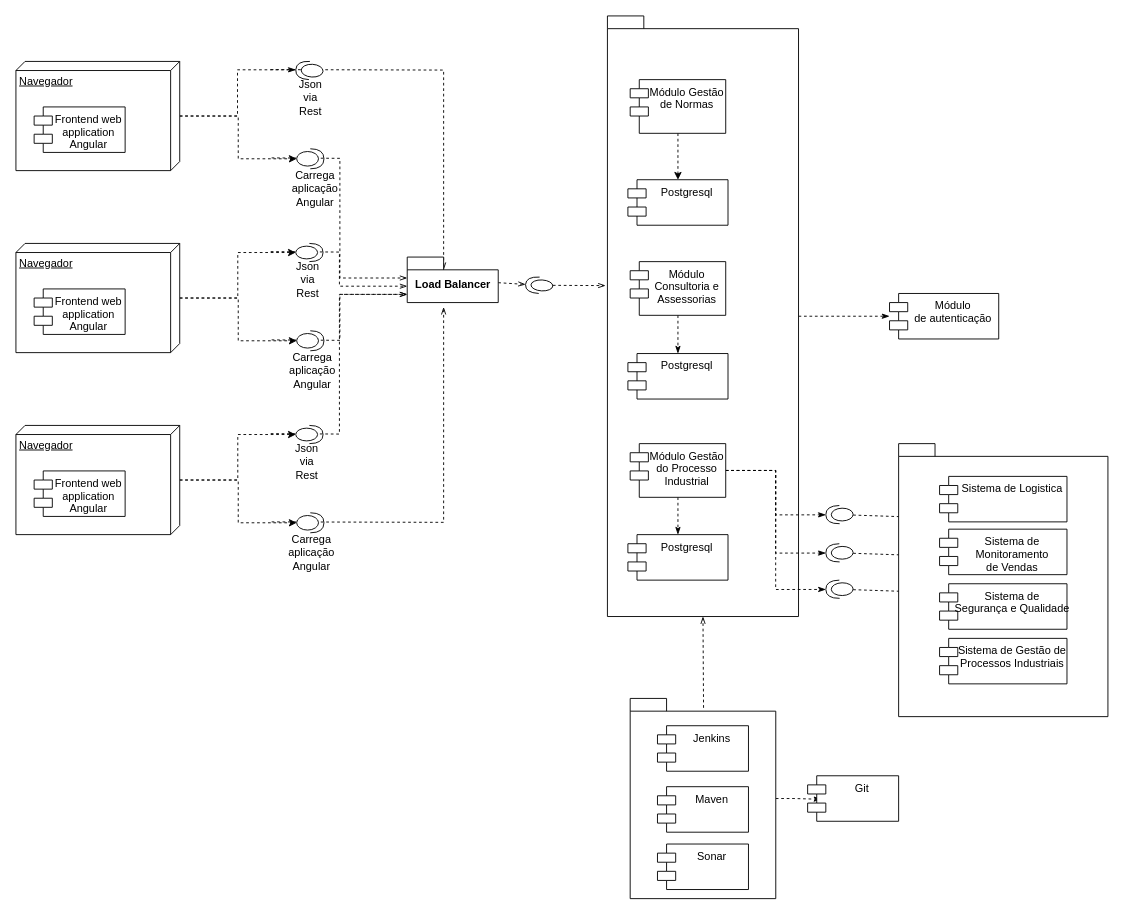
thallysfreed/arquitetura keeps this draw.io diagram as Diagrama de Componentes.drawio. Above is the earlier version. Source tidied: cells renumbered, new cells numbered last; positions are measured from the earlier drawing's top-left corner, leaving out a move shared by most shapes. Both pictures are drawn from the tidied source at 91%, with x=0, y=0 at pixel (15, 15).
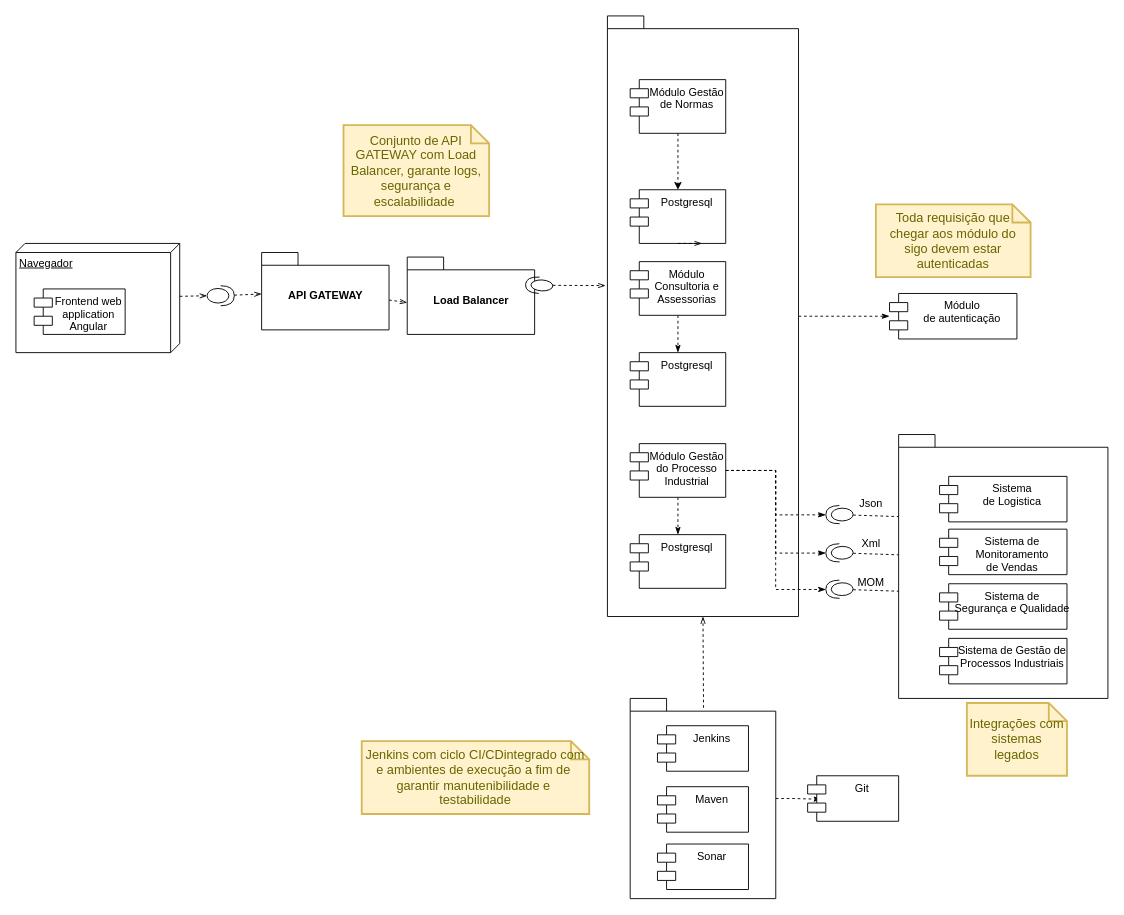
The same page after the edit.

Unchanged cells that the change refers to:
```xml
<mxCell id="15" value="Navegador" style="verticalAlign=top;align=left;spacingTop=8;spacingLeft=2;spacingRight=12;shape=cube;size=10;direction=south;fontStyle=4;html=1;" parent="1" vertex="1">
  <mxGeometry y="250" width="180" height="120" as="geometry" />
</mxCell>
<mxCell id="52" style="shape=providedRequiredInterface;html=1;verticalLabelPosition=bottom;rotation=-1;direction=west;" parent="1" vertex="1">
  <mxGeometry x="890" y="620" width="30" height="20" as="geometry" />
</mxCell>
```

Change to the diagram source:
```diff
@@
-    <mxCell id="2" style="edgeStyle=orthogonalEdgeStyle;rounded=0;jettySize=auto;html=1;dashed=1;startArrow=none;startFill=0;endArrow=openThin;endFill=0;entryX=0;entryY=0;entryDx=40;entryDy=14;entryPerimeter=0;" parent="1" edge="1" target="68">
-      <mxGeometry relative="1" as="geometry">
-        <mxPoint x="280" y="59" as="sourcePoint" />
-      </mxGeometry>
-    </mxCell>
-    <mxCell id="3" style="shape=providedRequiredInterface;html=1;verticalLabelPosition=bottom;rotation=3;direction=west;" parent="1" vertex="1">
-      <mxGeometry x="307.5" y="50" width="30" height="20" as="geometry" />
-    </mxCell>
-    <mxCell id="4" style="edgeStyle=orthogonalEdgeStyle;rounded=0;jettySize=auto;html=1;entryX=0;entryY=0.5;entryDx=0;entryDy=0;entryPerimeter=0;dashed=1;" parent="1" edge="1" source="6" target="9">
-      <mxGeometry relative="1" as="geometry" />
-    </mxCell>
-    <mxCell id="5" style="edgeStyle=orthogonalEdgeStyle;rounded=0;jettySize=auto;html=1;entryX=1;entryY=0.5;entryDx=0;entryDy=0;entryPerimeter=0;dashed=1;startArrow=none;startFill=0;endArrow=classicThin;endFill=1;" parent="1" edge="1" source="6" target="3">
-      <mxGeometry relative="1" as="geometry" />
-    </mxCell>
-    <mxCell id="6" value="Navegador" style="verticalAlign=top;align=left;spacingTop=8;spacingLeft=2;spacingRight=12;shape=cube;size=10;direction=south;fontStyle=4;html=1;" parent="1" vertex="1">
-      <mxGeometry y="50" width="180" height="120" as="geometry" />
-    </mxCell>
-    <mxCell id="7" value="Frontend web&#10;application&#10;Angular" style="shape=module;align=left;spacingLeft=20;align=center;verticalAlign=top;" parent="1" vertex="1">
-      <mxGeometry x="20" y="100" width="100" height="50" as="geometry" />
-    </mxCell>
-    <mxCell id="8" style="edgeStyle=orthogonalEdgeStyle;rounded=0;jettySize=auto;html=1;entryX=0;entryY=0;entryDx=0;entryDy=23;entryPerimeter=0;dashed=1;startArrow=none;startFill=0;endArrow=openThin;endFill=0;" parent="1" edge="1" target="68">
-      <mxGeometry relative="1" as="geometry">
-        <mxPoint x="281" y="156" as="sourcePoint" />
-      </mxGeometry>
-    </mxCell>
-    <mxCell id="9" style="shape=providedRequiredInterface;html=1;verticalLabelPosition=bottom;rotation=-180;direction=west;" parent="1" vertex="1">
-      <mxGeometry x="308.5" y="146" width="30" height="22" as="geometry" />
-    </mxCell>
@@
-    <mxCell id="11" style="edgeStyle=orthogonalEdgeStyle;rounded=0;jettySize=auto;html=1;entryX=0;entryY=0;entryDx=0;entryDy=32;entryPerimeter=0;dashed=1;startArrow=none;startFill=0;endArrow=openThin;endFill=0;" parent="1" edge="1" target="68">
-      <mxGeometry relative="1" as="geometry">
-        <mxPoint x="280" y="259" as="sourcePoint" />
-      </mxGeometry>
-    </mxCell>
-    <mxCell id="12" style="shape=providedRequiredInterface;html=1;verticalLabelPosition=bottom;rotation=-180;direction=west;" parent="1" vertex="1">
-      <mxGeometry x="307.5" y="250" width="30" height="20" as="geometry" />
-    </mxCell>
-    <mxCell id="13" style="edgeStyle=orthogonalEdgeStyle;rounded=0;jettySize=auto;html=1;entryX=0;entryY=0.5;entryDx=0;entryDy=0;entryPerimeter=0;dashed=1;" parent="1" edge="1" source="15" target="12">
-      <mxGeometry relative="1" as="geometry" />
-    </mxCell>
-    <mxCell id="14" style="edgeStyle=orthogonalEdgeStyle;rounded=0;jettySize=auto;html=1;entryX=0;entryY=0.5;entryDx=0;entryDy=0;entryPerimeter=0;dashed=1;" parent="1" edge="1" source="15" target="18">
-      <mxGeometry relative="1" as="geometry" />
-    </mxCell>
+    <mxCell id="71" style="edgeStyle=none;rounded=0;jettySize=auto;html=1;entryX=0;entryY=0.5;entryDx=0;entryDy=0;entryPerimeter=0;dashed=1;startArrow=none;startFill=0;endArrow=openThin;endFill=0;" parent="1" edge="1" source="15" target="82">
+      <mxGeometry relative="1" as="geometry" />
+    </mxCell>
@@
-    <mxCell id="17" style="edgeStyle=orthogonalEdgeStyle;rounded=0;jettySize=auto;html=1;exitX=1;exitY=0.5;exitDx=0;exitDy=0;exitPerimeter=0;dashed=1;startArrow=none;startFill=0;endArrow=openThin;endFill=0;entryX=0;entryY=0;entryDx=0;entryDy=41;entryPerimeter=0;" parent="1" edge="1" target="68">
-      <mxGeometry relative="1" as="geometry">
-        <mxPoint x="281" y="356" as="sourcePoint" />
-      </mxGeometry>
-    </mxCell>
-    <mxCell id="18" style="shape=providedRequiredInterface;html=1;verticalLabelPosition=bottom;rotation=-180;direction=west;" parent="1" vertex="1">
-      <mxGeometry x="308.5" y="346" width="30" height="22" as="geometry" />
-    </mxCell>
@@
-    <mxCell id="20" style="edgeStyle=orthogonalEdgeStyle;rounded=0;jettySize=auto;html=1;entryX=0;entryY=0;entryDx=0;entryDy=41;entryPerimeter=0;dashed=1;startArrow=none;startFill=0;endArrow=openThin;endFill=0;" parent="1" edge="1" target="68">
-      <mxGeometry relative="1" as="geometry">
-        <mxPoint x="280" y="459" as="sourcePoint" />
-      </mxGeometry>
-    </mxCell>
-    <mxCell id="21" style="shape=providedRequiredInterface;html=1;verticalLabelPosition=bottom;rotation=-180;direction=west;" parent="1" vertex="1">
-      <mxGeometry x="307.5" y="450" width="30" height="20" as="geometry" />
-    </mxCell>
-    <mxCell id="22" style="edgeStyle=orthogonalEdgeStyle;rounded=0;jettySize=auto;html=1;entryX=0;entryY=0.5;entryDx=0;entryDy=0;entryPerimeter=0;dashed=1;" parent="1" edge="1" source="24" target="21">
-      <mxGeometry relative="1" as="geometry" />
-    </mxCell>
-    <mxCell id="23" style="edgeStyle=orthogonalEdgeStyle;rounded=0;jettySize=auto;html=1;entryX=0;entryY=0.5;entryDx=0;entryDy=0;entryPerimeter=0;dashed=1;" parent="1" edge="1" source="24" target="27">
-      <mxGeometry relative="1" as="geometry" />
-    </mxCell>
-    <mxCell id="24" value="Navegador" style="verticalAlign=top;align=left;spacingTop=8;spacingLeft=2;spacingRight=12;shape=cube;size=10;direction=south;fontStyle=4;html=1;" parent="1" vertex="1">
-      <mxGeometry y="450" width="180" height="120" as="geometry" />
-    </mxCell>
-    <mxCell id="25" value="Frontend web&#10;application&#10;Angular" style="shape=module;align=left;spacingLeft=20;align=center;verticalAlign=top;" parent="1" vertex="1">
-      <mxGeometry x="20" y="500" width="100" height="50" as="geometry" />
-    </mxCell>
-    <mxCell id="26" style="edgeStyle=orthogonalEdgeStyle;rounded=0;jettySize=auto;html=1;entryX=0.4;entryY=1.1;entryDx=0;entryDy=0;entryPerimeter=0;dashed=1;startArrow=none;startFill=0;endArrow=openThin;endFill=0;" parent="1" edge="1" target="68">
-      <mxGeometry relative="1" as="geometry">
-        <mxPoint x="281" y="556" as="sourcePoint" />
-      </mxGeometry>
-    </mxCell>
-    <mxCell id="27" style="shape=providedRequiredInterface;html=1;verticalLabelPosition=bottom;rotation=-180;direction=west;" parent="1" vertex="1">
-      <mxGeometry x="308.5" y="546" width="30" height="22" as="geometry" />
-    </mxCell>
-    <mxCell id="28" value="Json via Rest" style="text;html=1;strokeColor=none;fillColor=none;align=center;verticalAlign=middle;whiteSpace=wrap;rounded=0;" parent="1" vertex="1">
-      <mxGeometry x="303.5" y="80" width="40" height="20" as="geometry" />
-    </mxCell>
-    <mxCell id="29" value="Carrega aplicação Angular" style="text;html=1;strokeColor=none;fillColor=none;align=center;verticalAlign=middle;whiteSpace=wrap;rounded=0;" parent="1" vertex="1">
-      <mxGeometry x="308.5" y="180" width="40" height="20" as="geometry" />
-    </mxCell>
-    <mxCell id="30" value="Json via Rest" style="text;html=1;strokeColor=none;fillColor=none;align=center;verticalAlign=middle;whiteSpace=wrap;rounded=0;" parent="1" vertex="1">
-      <mxGeometry x="301" y="280" width="40" height="20" as="geometry" />
-    </mxCell>
-    <mxCell id="31" value="Carrega aplicação Angular" style="text;html=1;strokeColor=none;fillColor=none;align=center;verticalAlign=middle;whiteSpace=wrap;rounded=0;" parent="1" vertex="1">
-      <mxGeometry x="306" y="380" width="40" height="20" as="geometry" />
-    </mxCell>
-    <mxCell id="32" value="Json via Rest" style="text;html=1;strokeColor=none;fillColor=none;align=center;verticalAlign=middle;whiteSpace=wrap;rounded=0;" parent="1" vertex="1">
-      <mxGeometry x="300" y="480" width="40" height="20" as="geometry" />
-    </mxCell>
-    <mxCell id="33" value="Carrega aplicação Angular" style="text;html=1;strokeColor=none;fillColor=none;align=center;verticalAlign=middle;whiteSpace=wrap;rounded=0;" parent="1" vertex="1">
-      <mxGeometry x="305" y="580" width="40" height="20" as="geometry" />
-    </mxCell>
     <mxCell id="34" value="Módulo &#10;de autenticação" style="shape=module;align=left;spacingLeft=20;align=center;verticalAlign=top;" parent="1" vertex="1">
-      <mxGeometry x="960" y="305" width="120" height="50" as="geometry" />
+      <mxGeometry x="960" y="305" width="140" height="50" as="geometry" />
     </mxCell>
@@
     <mxCell id="42" style="shape=folder;fontStyle=1;spacingTop=10;tabWidth=40;tabHeight=14;tabPosition=left;html=1;" parent="1" vertex="1">
-      <mxGeometry x="970" y="470" width="230" height="300" as="geometry" />
+      <mxGeometry x="970" y="460" width="230" height="290" as="geometry" />
     </mxCell>
-    <mxCell id="43" value="Sistema de Logistica" style="shape=module;align=left;spacingLeft=20;align=center;verticalAlign=top;" parent="1" vertex="1">
+    <mxCell id="43" value="Sistema &#10;de Logistica" style="shape=module;align=left;spacingLeft=20;align=center;verticalAlign=top;" parent="1" vertex="1">
       <mxGeometry x="1015" y="506" width="140" height="50" as="geometry" />
     </mxCell>
@@
     <mxCell id="64" value="Postgresql" style="shape=module;align=left;spacingLeft=20;align=center;verticalAlign=top;" parent="1" vertex="1">
-      <mxGeometry x="672.5" y="180" width="110" height="50" as="geometry" />
+      <mxGeometry x="675" y="191" width="105" height="59" as="geometry" />
     </mxCell>
     <mxCell id="65" value="Postgresql" style="shape=module;align=left;spacingLeft=20;align=center;verticalAlign=top;" parent="1" vertex="1">
-      <mxGeometry x="672.5" y="371" width="110" height="50" as="geometry" />
+      <mxGeometry x="675" y="370" width="105" height="59" as="geometry" />
     </mxCell>
     <mxCell id="66" value="Postgresql" style="shape=module;align=left;spacingLeft=20;align=center;verticalAlign=top;" parent="1" vertex="1">
-      <mxGeometry x="672.5" y="570" width="110" height="50" as="geometry" />
+      <mxGeometry x="675" y="570" width="105" height="59" as="geometry" />
     </mxCell>
@@
     <mxCell id="68" value="Load Balancer" style="shape=folder;fontStyle=1;spacingTop=10;tabWidth=40;tabHeight=14;tabPosition=left;html=1;" parent="1" vertex="1">
-      <mxGeometry x="430" y="265" width="100" height="50" as="geometry" />
+      <mxGeometry x="430" y="265" width="140" height="85" as="geometry" />
     </mxCell>
@@
+    <mxCell id="72" value="Json" style="text;html=1;strokeColor=none;fillColor=none;align=center;verticalAlign=middle;whiteSpace=wrap;rounded=0;" parent="1" vertex="1">
+      <mxGeometry x="920" y="526" width="40" height="20" as="geometry" />
+    </mxCell>
+    <mxCell id="73" value="Xml" style="text;html=1;strokeColor=none;fillColor=none;align=center;verticalAlign=middle;whiteSpace=wrap;rounded=0;" parent="1" vertex="1">
+      <mxGeometry x="920" y="570" width="40" height="20" as="geometry" />
+    </mxCell>
+    <mxCell id="74" style="edgeStyle=none;rounded=0;jettySize=auto;html=1;dashed=1;startArrow=none;startFill=0;endArrow=openThin;endFill=0;" parent="1" edge="1" source="75" target="52">
+      <mxGeometry relative="1" as="geometry" />
+    </mxCell>
+    <mxCell id="75" value="MOM" style="text;html=1;strokeColor=none;fillColor=none;align=center;verticalAlign=middle;whiteSpace=wrap;rounded=0;" parent="1" vertex="1">
+      <mxGeometry x="920" y="612" width="40" height="22" as="geometry" />
+    </mxCell>
+    <mxCell id="76" value="Toda requisição que chegar aos módulo do sigo devem estar autenticadas" style="shape=note;strokeWidth=2;fontSize=14;size=20;whiteSpace=wrap;html=1;fillColor=#fff2cc;strokeColor=#d6b656;fontColor=#666600;" parent="1" vertex="1">
+      <mxGeometry x="945" y="207" width="170" height="80" as="geometry" />
+    </mxCell>
+    <mxCell id="77" value="Conjunto de API GATEWAY com Load Balancer, garante logs, segurança e escalabilidade&amp;nbsp;" style="shape=note;strokeWidth=2;fontSize=14;size=20;whiteSpace=wrap;html=1;fillColor=#fff2cc;strokeColor=#d6b656;fontColor=#666600;" parent="1" vertex="1">
+      <mxGeometry x="360" y="120" width="160" height="100" as="geometry" />
+    </mxCell>
+    <mxCell id="78" value="Integrações com sistemas legados" style="shape=note;strokeWidth=2;fontSize=14;size=20;whiteSpace=wrap;html=1;fillColor=#fff2cc;strokeColor=#d6b656;fontColor=#666600;" parent="1" vertex="1">
+      <mxGeometry x="1045" y="755" width="110" height="80" as="geometry" />
+    </mxCell>
+    <mxCell id="79" style="edgeStyle=none;rounded=0;jettySize=auto;html=1;entryX=0;entryY=0;entryDx=0;entryDy=50;entryPerimeter=0;dashed=1;startArrow=none;startFill=0;endArrow=openThin;endFill=0;" parent="1" edge="1" source="80" target="68">
+      <mxGeometry relative="1" as="geometry" />
+    </mxCell>
+    <mxCell id="80" value="API GATEWAY" style="shape=folder;fontStyle=1;spacingTop=10;tabWidth=40;tabHeight=14;tabPosition=left;html=1;" parent="1" vertex="1">
+      <mxGeometry x="270" y="260" width="140" height="85" as="geometry" />
+    </mxCell>
+    <mxCell id="81" style="edgeStyle=none;rounded=0;jettySize=auto;html=1;dashed=1;startArrow=none;startFill=0;endArrow=openThin;endFill=0;" parent="1" edge="1" source="82" target="80">
+      <mxGeometry relative="1" as="geometry" />
+    </mxCell>
+    <mxCell id="82" style="shape=providedRequiredInterface;html=1;verticalLabelPosition=bottom;rotation=-180;direction=west;" parent="1" vertex="1">
+      <mxGeometry x="210" y="296.5" width="30" height="22" as="geometry" />
+    </mxCell>
+    <mxCell id="83" value="Jenkins com ciclo CI/CDintegrado com e ambientes de execução a fim de&amp;nbsp;&lt;br&gt;garantir manutenibilidade e&amp;nbsp;&lt;br&gt;testabilidade" style="shape=note;strokeWidth=2;fontSize=14;size=20;whiteSpace=wrap;html=1;fillColor=#fff2cc;strokeColor=#d6b656;fontColor=#666600;" parent="1" vertex="1">
+      <mxGeometry x="380" y="797" width="250" height="80" as="geometry" />
+    </mxCell>
+    <mxCell id="84" style="edgeStyle=none;rounded=0;orthogonalLoop=1;jettySize=auto;html=1;exitX=0.5;exitY=1;exitDx=0;exitDy=0;entryX=0.75;entryY=1;entryDx=0;entryDy=0;dashed=1;startArrow=none;startFill=0;endArrow=openThin;endFill=0;" parent="1" edge="1" source="64" target="64">
+      <mxGeometry relative="1" as="geometry" />
+    </mxCell>
```
